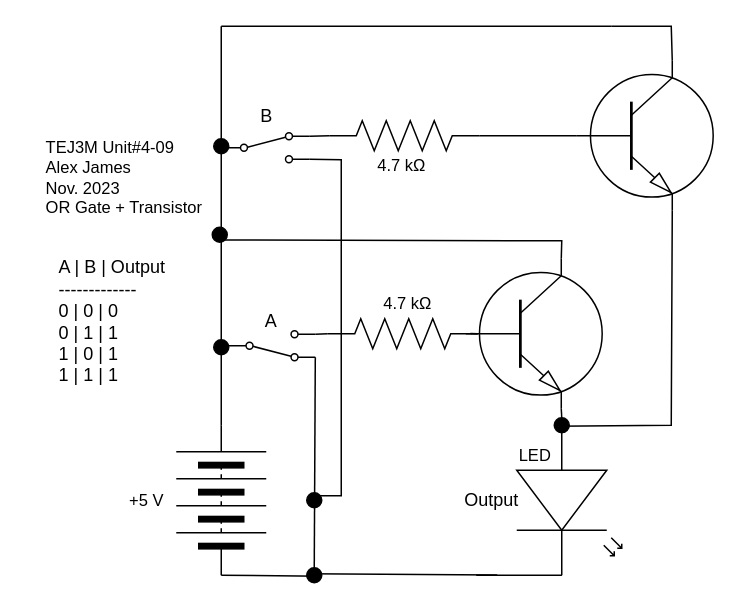
Alexander-James2/TEJ3M-Unit-4 keeps this draw.io diagram as Unit-4-09/4-09.drawio. Above is the earlier version. Source tidied: cells renumbered, new cells numbered last; positions are measured from the earlier drawing's top-left corner, leaving out a move shared by most shapes. Both pictures are drawn from the tidied source at 150%, with x=0, y=0 at pixel (26, 26).
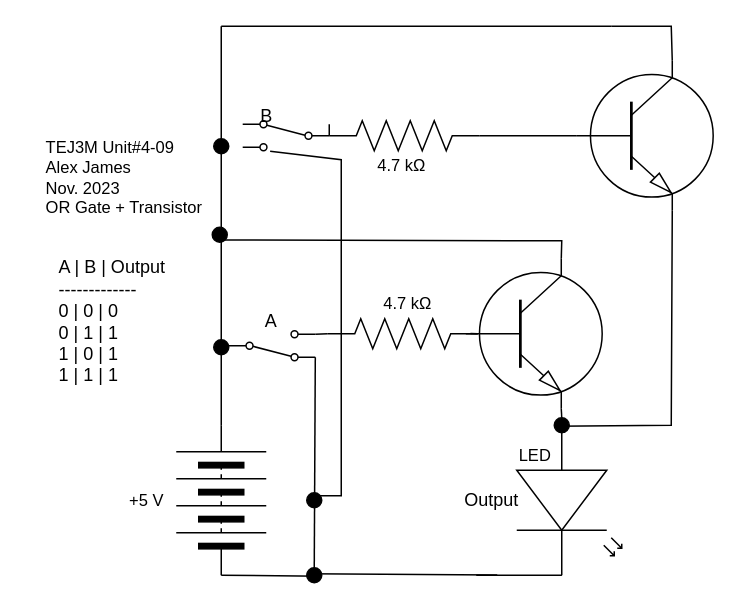
After the change.

Diff of the diagram source:
```diff
@@
-    <mxCell id="31" style="edgeStyle=none;shape=connector;rounded=0;html=1;exitX=1;exitY=0.88;exitDx=0;exitDy=0;labelBackgroundColor=default;strokeColor=default;fontFamily=Helvetica;fontSize=11;fontColor=default;endArrow=none;endFill=0;" parent="1" edge="1" source="32">
+    <mxCell id="31" style="edgeStyle=none;shape=connector;rounded=0;html=1;exitX=0.683;exitY=1.017;exitDx=0;exitDy=0;labelBackgroundColor=default;strokeColor=default;fontFamily=Helvetica;fontSize=11;fontColor=default;endArrow=none;endFill=0;exitPerimeter=0;" parent="1" edge="1" source="32">
       <mxGeometry relative="1" as="geometry">
         <mxPoint x="190" y="313" as="targetPoint" />
         <Array as="points">
           <mxPoint x="210" y="89" />
           <mxPoint x="210" y="313" />
         </Array>
       </mxGeometry>
     </mxCell>
-    <mxCell id="32" style="shape=mxgraph.electrical.electro-mechanical.twoWaySwitch;elSwitchState=2;rotation=0;flipV=0;flipH=0;" parent="1" vertex="1">
-      <mxGeometry x="131.3" y="71" width="57.7" height="20" as="geometry" />
+    <mxCell id="32" style="shape=mxgraph.electrical.electro-mechanical.twoWaySwitch;elSwitchState=2;rotation=0;flipV=0;flipH=1;" parent="1" vertex="1">
+      <mxGeometry x="144.3" y="63" width="57.7" height="20" as="geometry" />
     </mxCell>
```
